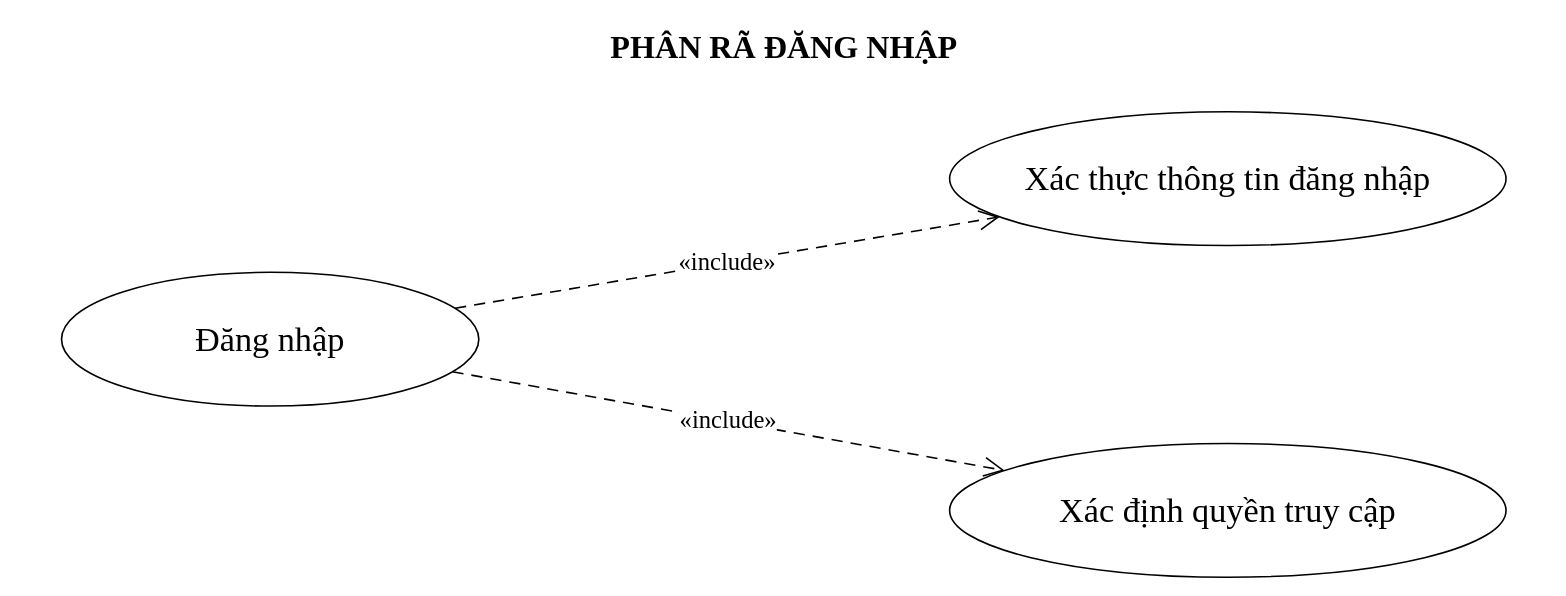
truonggiabao24072005-stack/CIV-01-Cong-Mot-Cua keeps this draw.io diagram as 03_So_do_Drawio/02_Use_Case/Hinh_2_02_Phan_ra_UC01_Dang_nhap.drawio. Above is the earlier version. Source tidied: cells renumbered, new cells numbered last; positions are measured from the earlier drawing's top-left corner, leaving out a move shared by most shapes. Both pictures are drawn from the tidied source at 107%, with x=0, y=0 at pixel (18, 18).
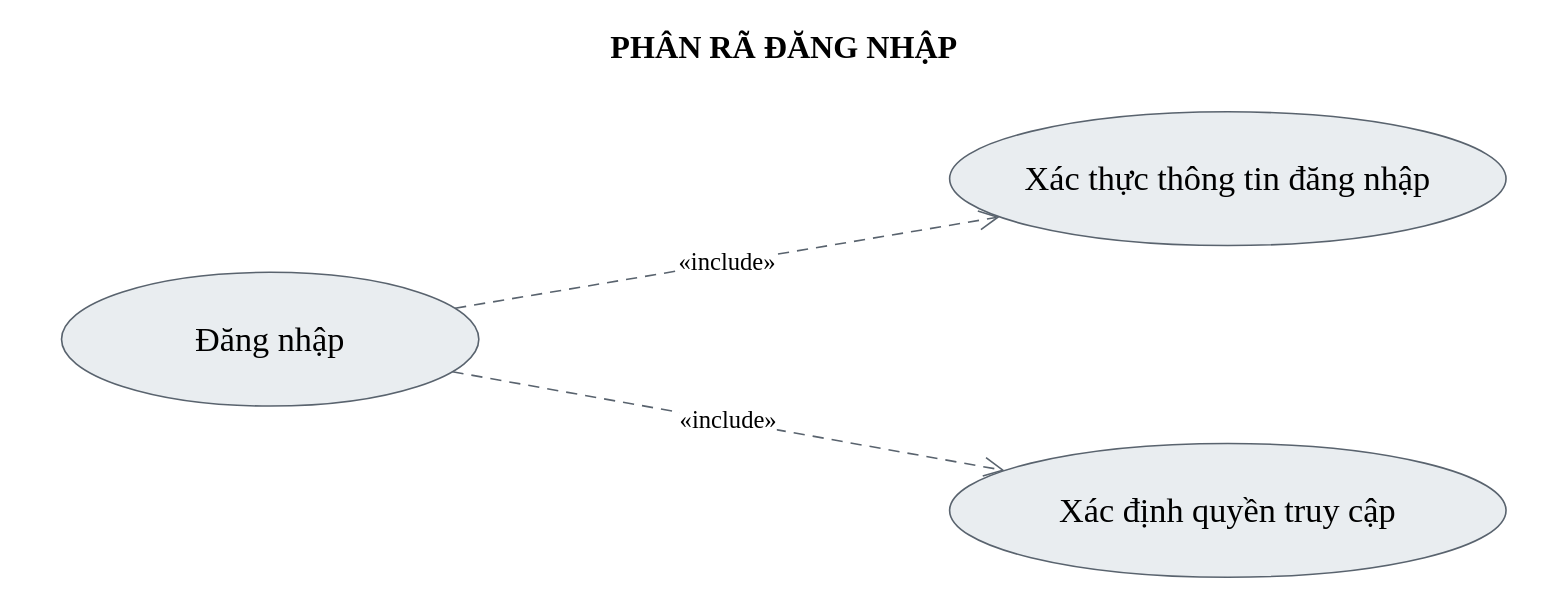
After the change.

Diff of the diagram source:
```diff
@@
 <mxGraphModel>
   <root>
     <mxCell id="0" />
     <mxCell id="1" parent="0" />
     <mxCell id="2" value="PHÂN RÃ ĐĂNG NHẬP" style="text;html=1;align=center;verticalAlign=middle;fontFamily=Times New Roman;fontSize=30;fontStyle=1;fontColor=#000000;strokeColor=none;fillColor=none;" parent="1" vertex="1">
       <mxGeometry width="1430" height="52" as="geometry" />
     </mxCell>
-    <mxCell id="3" value="&lt;div style=&quot;line-height:1.05;&quot;&gt;Đăng nhập&lt;/div&gt;" style="ellipse;whiteSpace=wrap;html=1;spacing=10;fontStyle=0;fillColor=#FFFFFF;strokeColor=#000000;strokeWidth=1.5;fontColor=#000000;fontFamily=Times New Roman;fontSize=32;" parent="1" vertex="1">
+    <mxCell id="3" value="&lt;div style=&quot;line-height:1.05;&quot;&gt;Đăng nhập&lt;/div&gt;" style="ellipse;whiteSpace=wrap;html=1;spacing=10;fontStyle=0;fillColor=#E9EDF0;strokeColor=#59636E;strokeWidth=1.5;fontColor=#000000;fontFamily=Times New Roman;fontSize=32;" parent="1" vertex="1">
       <mxGeometry x="40" y="237" width="390" height="125" as="geometry" />
     </mxCell>
-    <mxCell id="4" value="&lt;div style=&quot;line-height:1.05;&quot;&gt;Xác thực thông tin đăng nhập&lt;/div&gt;" style="ellipse;whiteSpace=wrap;html=1;spacing=10;fontStyle=0;fillColor=#FFFFFF;strokeColor=#000000;strokeWidth=1.5;fontColor=#000000;fontFamily=Times New Roman;fontSize=32;" parent="1" vertex="1">
+    <mxCell id="4" value="&lt;div style=&quot;line-height:1.05;&quot;&gt;Xác thực thông tin đăng nhập&lt;/div&gt;" style="ellipse;whiteSpace=wrap;html=1;spacing=10;fontStyle=0;fillColor=#E9EDF0;strokeColor=#59636E;strokeWidth=1.5;fontColor=#000000;fontFamily=Times New Roman;fontSize=32;" parent="1" vertex="1">
       <mxGeometry x="870" y="87" width="520" height="125" as="geometry" />
     </mxCell>
-    <mxCell id="5" value="&lt;div style=&quot;line-height:1.05;&quot;&gt;Xác định quyền truy cập&lt;/div&gt;" style="ellipse;whiteSpace=wrap;html=1;spacing=10;fontStyle=0;fillColor=#FFFFFF;strokeColor=#000000;strokeWidth=1.5;fontColor=#000000;fontFamily=Times New Roman;fontSize=32;" parent="1" vertex="1">
+    <mxCell id="5" value="&lt;div style=&quot;line-height:1.05;&quot;&gt;Xác định quyền truy cập&lt;/div&gt;" style="ellipse;whiteSpace=wrap;html=1;spacing=10;fontStyle=0;fillColor=#E9EDF0;strokeColor=#59636E;strokeWidth=1.5;fontColor=#000000;fontFamily=Times New Roman;fontSize=32;" parent="1" vertex="1">
       <mxGeometry x="870" y="397" width="520" height="125" as="geometry" />
     </mxCell>
-    <mxCell id="6" value="&lt;div style=&quot;line-height:1.05;&quot;&gt;«include»&lt;/div&gt;" style="html=1;rounded=0;endArrow=open;endSize=16;endFill=0;startArrow=none;dashed=1;dashPattern=7 5;strokeWidth=1.5;strokeColor=#000000;exitX=0.943080;exitY=0.268311;entryX=0.089847;entryY=0.785962;exitPerimeter=0;entryPerimeter=0;labelWidth=110;fontSize=23;fontFamily=Times New Roman;fontColor=#000000;labelBackgroundColor=#FFFFFF;" parent="1" edge="1" source="3" target="4">
+    <mxCell id="6" value="&lt;div style=&quot;line-height:1.05;&quot;&gt;«include»&lt;/div&gt;" style="html=1;rounded=0;endArrow=open;endSize=16;endFill=0;startArrow=none;dashed=1;dashPattern=7 5;strokeWidth=1.5;strokeColor=#59636E;exitX=0.943080;exitY=0.268311;entryX=0.089847;entryY=0.785962;exitPerimeter=0;entryPerimeter=0;labelWidth=110;fontSize=23;fontFamily=Times New Roman;fontColor=#000000;labelBackgroundColor=#FFFFFF;" parent="1" edge="1" source="3" target="4">
       <mxGeometry relative="1" as="geometry" />
     </mxCell>
-    <mxCell id="7" value="&lt;div style=&quot;line-height:1.05;&quot;&gt;«include»&lt;/div&gt;" style="html=1;rounded=0;endArrow=open;endSize=16;endFill=0;startArrow=none;dashed=1;dashPattern=7 5;strokeWidth=1.5;strokeColor=#000000;exitX=0.936668;exitY=0.743558;entryX=0.098788;entryY=0.201623;exitPerimeter=0;entryPerimeter=0;labelWidth=110;fontSize=23;fontFamily=Times New Roman;fontColor=#000000;labelBackgroundColor=#FFFFFF;" parent="1" edge="1" source="3" target="5">
+    <mxCell id="7" value="&lt;div style=&quot;line-height:1.05;&quot;&gt;«include»&lt;/div&gt;" style="html=1;rounded=0;endArrow=open;endSize=16;endFill=0;startArrow=none;dashed=1;dashPattern=7 5;strokeWidth=1.5;strokeColor=#59636E;exitX=0.936668;exitY=0.743558;entryX=0.098788;entryY=0.201623;exitPerimeter=0;entryPerimeter=0;labelWidth=110;fontSize=23;fontFamily=Times New Roman;fontColor=#000000;labelBackgroundColor=#FFFFFF;" parent="1" edge="1" source="3" target="5">
       <mxGeometry relative="1" as="geometry" />
     </mxCell>
   </root>
 </mxGraphModel>
```
